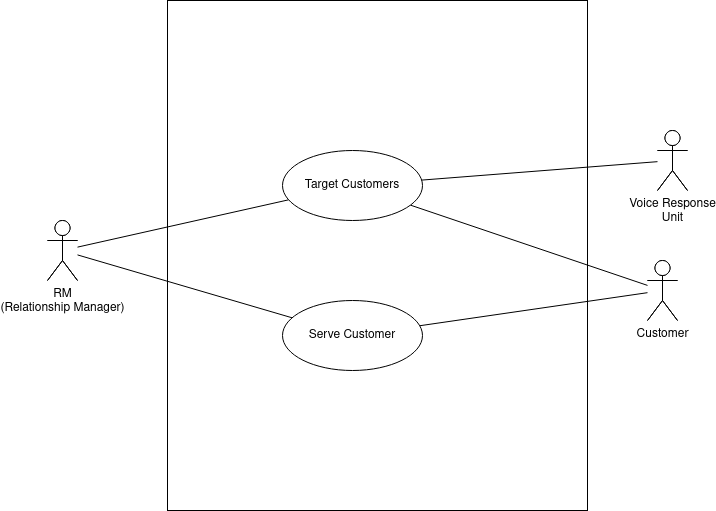
Earlier version of the draw.io export models/usecase_diagram.png (tonyhannaa/ISDMGroup2Israt). Source tidied: cells renumbered, new cells last; positions are measured from the earlier drawing's top-left corner, leaving out a move shared by most shapes. Source of this version:
```xml
<mxGraphModel>
  <root>
    <mxCell id="0" />
    <mxCell id="1" parent="0" />
    <mxCell id="2" style="rounded=0;whiteSpace=wrap;html=1;" parent="1" vertex="1">
      <mxGeometry x="120" width="420" height="510" as="geometry" />
    </mxCell>
    <mxCell id="3" value="&lt;div&gt;RM &lt;br&gt;&lt;/div&gt;&lt;div&gt;(Relationship Manager)&lt;br&gt;&lt;/div&gt;" style="shape=umlActor;verticalLabelPosition=bottom;labelBackgroundColor=#ffffff;verticalAlign=top;html=1;" parent="1" vertex="1">
      <mxGeometry y="220" width="30" height="60" as="geometry" />
    </mxCell>
    <mxCell id="4" value="Customer" style="shape=umlActor;verticalLabelPosition=bottom;labelBackgroundColor=#ffffff;verticalAlign=top;html=1;" parent="1" vertex="1">
      <mxGeometry x="600" y="260" width="30" height="60" as="geometry" />
    </mxCell>
    <mxCell id="5" value="&lt;div&gt;Target Customers&lt;/div&gt;" style="ellipse;whiteSpace=wrap;html=1;" parent="1" vertex="1">
      <mxGeometry x="165" y="40" width="140" height="70" as="geometry" />
    </mxCell>
    <mxCell id="6" value="Create RM profile" style="ellipse;whiteSpace=wrap;html=1;" parent="1" vertex="1">
      <mxGeometry x="160" y="300" width="140" height="70" as="geometry" />
    </mxCell>
    <mxCell id="7" value="&lt;div&gt;Create Customer &lt;br&gt;&lt;/div&gt;&lt;div&gt;profile&lt;/div&gt;" style="ellipse;whiteSpace=wrap;html=1;" parent="1" vertex="1">
      <mxGeometry x="310" y="410" width="140" height="70" as="geometry" />
    </mxCell>
    <mxCell id="8" value="Serve Customer" style="ellipse;whiteSpace=wrap;html=1;" parent="1" vertex="1">
      <mxGeometry x="165" y="180" width="140" height="70" as="geometry" />
    </mxCell>
    <mxCell id="9" value="Voice Response&lt;br&gt;Unit" style="shape=umlActor;verticalLabelPosition=bottom;labelBackgroundColor=#ffffff;verticalAlign=top;html=1;" parent="1" vertex="1">
      <mxGeometry x="610" y="130" width="30" height="60" as="geometry" />
    </mxCell>
    <mxCell id="10" style="edgeStyle=none;rounded=0;jettySize=auto;html=1;endArrow=classic;endFill=1;dashed=1;" parent="1" edge="1" source="8" target="12">
      <mxGeometry relative="1" as="geometry" />
    </mxCell>
    <mxCell id="11" value="&amp;lt;&amp;lt;extend&amp;gt;&amp;gt;" style="edgeLabel;html=1;align=center;verticalAlign=middle;" parent="10" vertex="1">
      <mxGeometry x="0.23" y="1" relative="1" as="geometry">
        <mxPoint x="-28.9" y="19.2" as="offset" />
      </mxGeometry>
    </mxCell>
    <mxCell id="12" value="Prompt Customer" style="ellipse;whiteSpace=wrap;html=1;" parent="1" vertex="1">
      <mxGeometry x="360" y="50" width="140" height="70" as="geometry" />
    </mxCell>
    <mxCell id="13" style="rounded=0;whiteSpace=wrap;html=1;" parent="1" vertex="1">
      <mxGeometry x="120" width="420" height="510" as="geometry" />
    </mxCell>
    <mxCell id="14" style="rounded=0;jettySize=auto;html=1;endArrow=none;endFill=0;" parent="1" edge="1" source="16" target="20">
      <mxGeometry relative="1" as="geometry" />
    </mxCell>
    <mxCell id="15" style="edgeStyle=none;rounded=0;jettySize=auto;html=1;endArrow=none;endFill=0;" parent="1" edge="1" source="16" target="21">
      <mxGeometry relative="1" as="geometry" />
    </mxCell>
    <mxCell id="16" value="&lt;div&gt;RM &lt;br&gt;&lt;/div&gt;&lt;div&gt;(Relationship Manager)&lt;br&gt;&lt;/div&gt;" style="shape=umlActor;verticalLabelPosition=bottom;labelBackgroundColor=#ffffff;verticalAlign=top;html=1;outlineConnect=0;" parent="1" vertex="1">
      <mxGeometry y="220" width="30" height="60" as="geometry" />
    </mxCell>
    <mxCell id="17" style="edgeStyle=none;rounded=0;jettySize=auto;html=1;endArrow=none;endFill=0;" parent="1" edge="1" source="19" target="21">
      <mxGeometry relative="1" as="geometry" />
    </mxCell>
    <mxCell id="18" style="edgeStyle=none;rounded=0;jettySize=auto;html=1;endArrow=none;endFill=0;" parent="1" edge="1" source="19" target="20">
      <mxGeometry relative="1" as="geometry" />
    </mxCell>
    <mxCell id="19" value="Customer" style="shape=umlActor;verticalLabelPosition=bottom;labelBackgroundColor=#ffffff;verticalAlign=top;html=1;outlineConnect=0;" parent="1" vertex="1">
      <mxGeometry x="600" y="260" width="30" height="60" as="geometry" />
    </mxCell>
    <mxCell id="20" value="&lt;div&gt;Target Customers&lt;/div&gt;" style="ellipse;whiteSpace=wrap;html=1;" parent="1" vertex="1">
      <mxGeometry x="235" y="150" width="140" height="70" as="geometry" />
    </mxCell>
    <mxCell id="21" value="Serve Customer" style="ellipse;whiteSpace=wrap;html=1;" parent="1" vertex="1">
      <mxGeometry x="235" y="300" width="140" height="70" as="geometry" />
    </mxCell>
    <mxCell id="22" style="rounded=0;jettySize=auto;html=1;endArrow=none;endFill=0;" parent="1" edge="1" source="23" target="20">
      <mxGeometry relative="1" as="geometry" />
    </mxCell>
    <mxCell id="23" value="Voice Response&lt;br&gt;Unit" style="shape=umlActor;verticalLabelPosition=bottom;labelBackgroundColor=#ffffff;verticalAlign=top;html=1;" parent="1" vertex="1">
      <mxGeometry x="610" y="130" width="30" height="60" as="geometry" />
    </mxCell>
  </root>
</mxGraphModel>
```
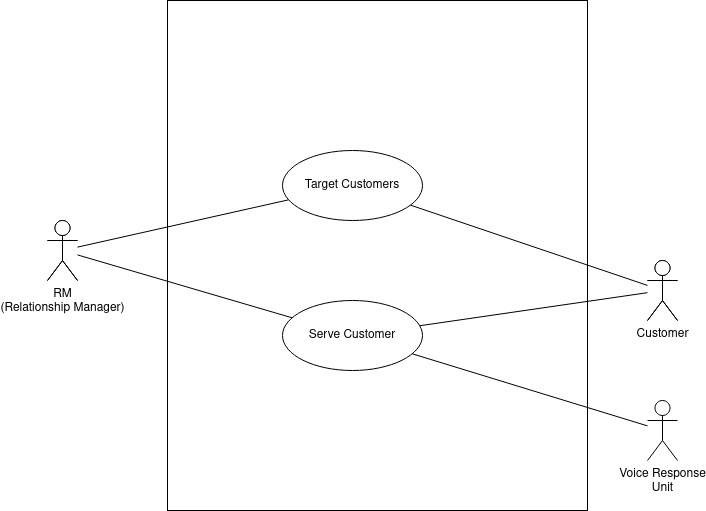
After the change.

Commit message:
Fix voice response unity having wrong relationship in use case diagram

What changed in the source:
```diff
@@ -23,9 +23,6 @@
     <mxCell id="8" value="Serve Customer" style="ellipse;whiteSpace=wrap;html=1;" parent="1" vertex="1">
       <mxGeometry x="165" y="180" width="140" height="70" as="geometry" />
     </mxCell>
-    <mxCell id="9" value="Voice Response&lt;br&gt;Unit" style="shape=umlActor;verticalLabelPosition=bottom;labelBackgroundColor=#ffffff;verticalAlign=top;html=1;" parent="1" vertex="1">
-      <mxGeometry x="610" y="130" width="30" height="60" as="geometry" />
-    </mxCell>
     <mxCell id="10" style="edgeStyle=none;rounded=0;jettySize=auto;html=1;endArrow=classic;endFill=1;dashed=1;" parent="1" edge="1" source="8" target="12">
       <mxGeometry relative="1" as="geometry" />
     </mxCell>
@@ -64,11 +61,11 @@
     <mxCell id="21" value="Serve Customer" style="ellipse;whiteSpace=wrap;html=1;" parent="1" vertex="1">
       <mxGeometry x="235" y="300" width="140" height="70" as="geometry" />
     </mxCell>
-    <mxCell id="22" style="rounded=0;jettySize=auto;html=1;endArrow=none;endFill=0;" parent="1" edge="1" source="23" target="20">
-      <mxGeometry relative="1" as="geometry" />
-    </mxCell>
+    <mxCell id="24" style="rounded=0;jettySize=auto;html=1;endArrow=none;endFill=0;" parent="1" edge="1" source="23" target="21">
+      <mxGeometry relative="1" as="geometry" />
+    </mxCell>
     <mxCell id="23" value="Voice Response&lt;br&gt;Unit" style="shape=umlActor;verticalLabelPosition=bottom;labelBackgroundColor=#ffffff;verticalAlign=top;html=1;" parent="1" vertex="1">
-      <mxGeometry x="610" y="130" width="30" height="60" as="geometry" />
+      <mxGeometry x="600" y="400" width="30" height="60" as="geometry" />
     </mxCell>
   </root>
 </mxGraphModel>
```
